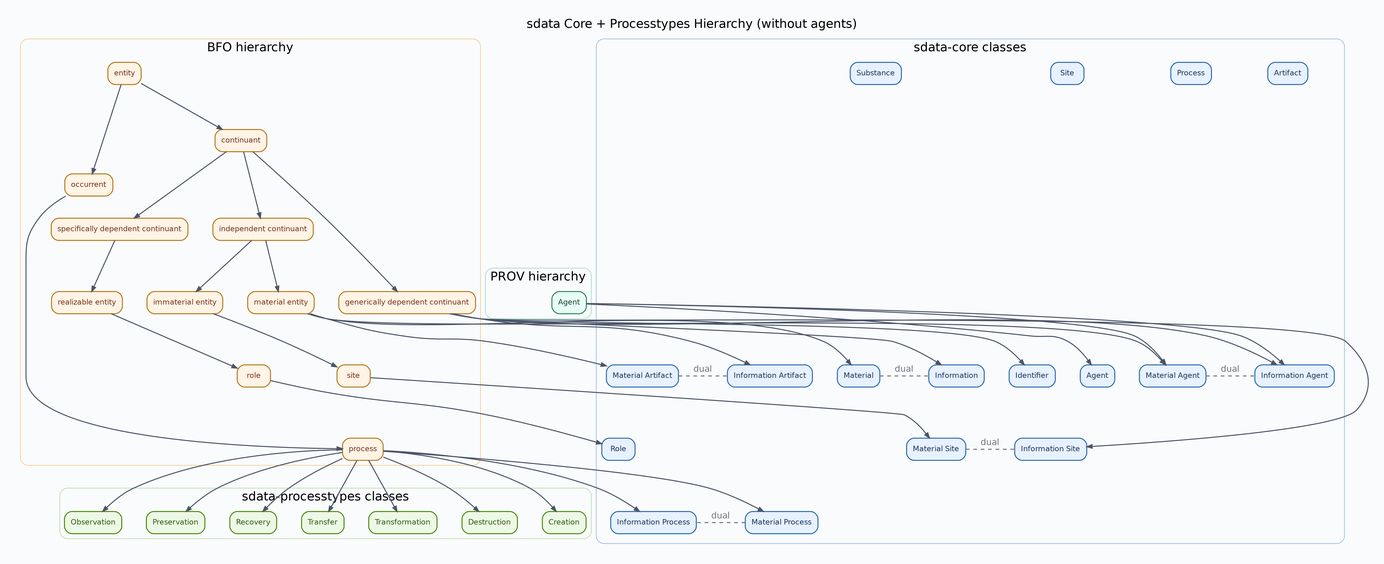
This is docs/diagrams/sdata-core-processtypes-hierarchy.png from lepy/sdata-ontology, a Graphviz export, as it was before one commit. Its source is kept beside it as docs/diagrams/sdata-core-processtypes-hierarchy.dot. Source of this version:
```dot
digraph "" {
	graph [bgcolor="#FAFBFC",
		fontname=Helvetica,
		fontsize=20,
		label="sdata Core + Processtypes Hierarchy (without agents)",
		labeljust=c,
		labelloc=t,
		newrank=true,
		nodesep=0.55,
		overlap=false,
		pad=0.35,
		rankdir=TB,
		ranksep=1.0,
		splines=true
	];
	node [fontname=Helvetica,
		fontsize=12,
		label="\N",
		margin="0.14,0.08",
		penwidth=1.6,
		shape=box,
		style="filled,rounded"
	];
	edge [arrowsize=0.85,
		color="#4A5568",
		fontname=Helvetica,
		penwidth=1.6
	];
	subgraph cluster_core {
		graph [color="#90B5E8",
			label="sdata-core classes",
			style=rounded
		];
		subgraph cluster_core_dual_rank_MaterialArtifact {
			graph [rank=same,
				style=invis
			];
			"https://w3id.org/sdata/core/InformationArtifact"	[color="#2B6CB0",
				fillcolor="#E8F1FF",
				fontcolor="#1A365D",
				label="Information Artifact"];
			"https://w3id.org/sdata/core/MaterialArtifact"	[color="#2B6CB0",
				fillcolor="#E8F1FF",
				fontcolor="#1A365D",
				label="Material Artifact"];
		}
		subgraph cluster_core_dual_rank_Material {
			graph [rank=same,
				style=invis
			];
			"https://w3id.org/sdata/core/Information"	[color="#2B6CB0",
				fillcolor="#E8F1FF",
				fontcolor="#1A365D",
				label=Information];
			"https://w3id.org/sdata/core/Material"	[color="#2B6CB0",
				fillcolor="#E8F1FF",
				fontcolor="#1A365D",
				label=Material];
		}
		subgraph cluster_core_dual_rank_MaterialAgent {
			graph [rank=same,
				style=invis
			];
			"https://w3id.org/sdata/core/InformationAgent"	[color="#2B6CB0",
				fillcolor="#E8F1FF",
				fontcolor="#1A365D",
				label="Information Agent"];
			"https://w3id.org/sdata/core/MaterialAgent"	[color="#2B6CB0",
				fillcolor="#E8F1FF",
				fontcolor="#1A365D",
				label="Material Agent"];
		}
		subgraph cluster_core_dual_rank_MaterialProcess {
			graph [rank=same,
				style=invis
			];
			"https://w3id.org/sdata/core/InformationProcess"	[color="#2B6CB0",
				fillcolor="#E8F1FF",
				fontcolor="#1A365D",
				label="Information Process"];
			"https://w3id.org/sdata/core/MaterialProcess"	[color="#2B6CB0",
				fillcolor="#E8F1FF",
				fontcolor="#1A365D",
				label="Material Process"];
		}
		subgraph cluster_core_dual_rank_MaterialSite {
			graph [rank=same,
				style=invis
			];
			"https://w3id.org/sdata/core/InformationSite"	[color="#2B6CB0",
				fillcolor="#E8F1FF",
				fontcolor="#1A365D",
				label="Information Site"];
			"https://w3id.org/sdata/core/MaterialSite"	[color="#2B6CB0",
				fillcolor="#E8F1FF",
				fontcolor="#1A365D",
				label="Material Site"];
		}
		"https://w3id.org/sdata/core/Agent"	[color="#2B6CB0",
			fillcolor="#E8F1FF",
			fontcolor="#1A365D",
			label=Agent];
		"https://w3id.org/sdata/core/Artifact"	[color="#2B6CB0",
			fillcolor="#E8F1FF",
			fontcolor="#1A365D",
			label=Artifact];
		"https://w3id.org/sdata/core/Identifier"	[color="#2B6CB0",
			fillcolor="#E8F1FF",
			fontcolor="#1A365D",
			label=Identifier];
		"https://w3id.org/sdata/core/Process"	[color="#2B6CB0",
			fillcolor="#E8F1FF",
			fontcolor="#1A365D",
			label=Process];
		"https://w3id.org/sdata/core/Role"	[color="#2B6CB0",
			fillcolor="#E8F1FF",
			fontcolor="#1A365D",
			label=Role];
		"https://w3id.org/sdata/core/Site"	[color="#2B6CB0",
			fillcolor="#E8F1FF",
			fontcolor="#1A365D",
			label=Site];
		"https://w3id.org/sdata/core/Substance"	[color="#2B6CB0",
			fillcolor="#E8F1FF",
			fontcolor="#1A365D",
			label=Substance];
	}
	subgraph cluster_proc {
		graph [color="#B6D7A8",
			label="sdata-processtypes classes",
			style=rounded
		];
		"https://w3id.org/sdata/core/Creation"	[color="#4F8A10",
			fillcolor="#EEF8E7",
			fontcolor="#2F5D08",
			label=Creation];
		"https://w3id.org/sdata/core/Destruction"	[color="#4F8A10",
			fillcolor="#EEF8E7",
			fontcolor="#2F5D08",
			label=Destruction];
		"https://w3id.org/sdata/core/Observation"	[color="#4F8A10",
			fillcolor="#EEF8E7",
			fontcolor="#2F5D08",
			label=Observation];
		"https://w3id.org/sdata/core/Preservation"	[color="#4F8A10",
			fillcolor="#EEF8E7",
			fontcolor="#2F5D08",
			label=Preservation];
		"https://w3id.org/sdata/core/Recovery"	[color="#4F8A10",
			fillcolor="#EEF8E7",
			fontcolor="#2F5D08",
			label=Recovery];
		"https://w3id.org/sdata/core/Transfer"	[color="#4F8A10",
			fillcolor="#EEF8E7",
			fontcolor="#2F5D08",
			label=Transfer];
		"https://w3id.org/sdata/core/Transformation"	[color="#4F8A10",
			fillcolor="#EEF8E7",
			fontcolor="#2F5D08",
			label=Transformation];
	}
	subgraph cluster_bfo {
		graph [color="#F3C887",
			label="BFO hierarchy",
			style=rounded
		];
		"http://purl.obolibrary.org/obo/BFO_0000001"	[color="#B7791F",
			fillcolor="#FFF4E5",
			fontcolor="#7B341E",
			label=entity];
		"http://purl.obolibrary.org/obo/BFO_0000002"	[color="#B7791F",
			fillcolor="#FFF4E5",
			fontcolor="#7B341E",
			label=continuant];
		"http://purl.obolibrary.org/obo/BFO_0000003"	[color="#B7791F",
			fillcolor="#FFF4E5",
			fontcolor="#7B341E",
			label=occurrent];
		"http://purl.obolibrary.org/obo/BFO_0000004"	[color="#B7791F",
			fillcolor="#FFF4E5",
			fontcolor="#7B341E",
			label="independent continuant"];
		"http://purl.obolibrary.org/obo/BFO_0000015"	[color="#B7791F",
			fillcolor="#FFF4E5",
			fontcolor="#7B341E",
			label=process];
		"http://purl.obolibrary.org/obo/BFO_0000017"	[color="#B7791F",
			fillcolor="#FFF4E5",
			fontcolor="#7B341E",
			label="realizable entity"];
		"http://purl.obolibrary.org/obo/BFO_0000020"	[color="#B7791F",
			fillcolor="#FFF4E5",
			fontcolor="#7B341E",
			label="specifically dependent continuant"];
		"http://purl.obolibrary.org/obo/BFO_0000023"	[color="#B7791F",
			fillcolor="#FFF4E5",
			fontcolor="#7B341E",
			label=role];
		"http://purl.obolibrary.org/obo/BFO_0000029"	[color="#B7791F",
			fillcolor="#FFF4E5",
			fontcolor="#7B341E",
			label=site];
		"http://purl.obolibrary.org/obo/BFO_0000031"	[color="#B7791F",
			fillcolor="#FFF4E5",
			fontcolor="#7B341E",
			label="generically dependent continuant"];
		"http://purl.obolibrary.org/obo/BFO_0000040"	[color="#B7791F",
			fillcolor="#FFF4E5",
			fontcolor="#7B341E",
			label="material entity"];
		"http://purl.obolibrary.org/obo/BFO_0000141"	[color="#B7791F",
			fillcolor="#FFF4E5",
			fontcolor="#7B341E",
			label="immaterial entity"];
	}
	subgraph cluster_prov {
		graph [color="#9AD9BF",
			label="PROV hierarchy",
			style=rounded
		];
		"http://www.w3.org/ns/prov#Agent"	[color="#2F855A",
			fillcolor="#E7FFF6",
			fontcolor="#1C4532",
			label=Agent];
	}
	"http://purl.obolibrary.org/obo/BFO_0000001" -> "http://purl.obolibrary.org/obo/BFO_0000002";
	"http://purl.obolibrary.org/obo/BFO_0000001" -> "http://purl.obolibrary.org/obo/BFO_0000003";
	"http://purl.obolibrary.org/obo/BFO_0000002" -> "http://purl.obolibrary.org/obo/BFO_0000004";
	"http://purl.obolibrary.org/obo/BFO_0000002" -> "http://purl.obolibrary.org/obo/BFO_0000020";
	"http://purl.obolibrary.org/obo/BFO_0000002" -> "http://purl.obolibrary.org/obo/BFO_0000031";
	"http://purl.obolibrary.org/obo/BFO_0000003" -> "http://purl.obolibrary.org/obo/BFO_0000015";
	"http://purl.obolibrary.org/obo/BFO_0000004" -> "http://purl.obolibrary.org/obo/BFO_0000040";
	"http://purl.obolibrary.org/obo/BFO_0000004" -> "http://purl.obolibrary.org/obo/BFO_0000141";
	"http://purl.obolibrary.org/obo/BFO_0000015" -> "https://w3id.org/sdata/core/InformationProcess";
	"http://purl.obolibrary.org/obo/BFO_0000015" -> "https://w3id.org/sdata/core/MaterialProcess";
	"http://purl.obolibrary.org/obo/BFO_0000015" -> "https://w3id.org/sdata/core/Creation";
	"http://purl.obolibrary.org/obo/BFO_0000015" -> "https://w3id.org/sdata/core/Destruction";
	"http://purl.obolibrary.org/obo/BFO_0000015" -> "https://w3id.org/sdata/core/Observation";
	"http://purl.obolibrary.org/obo/BFO_0000015" -> "https://w3id.org/sdata/core/Preservation";
	"http://purl.obolibrary.org/obo/BFO_0000015" -> "https://w3id.org/sdata/core/Recovery";
	"http://purl.obolibrary.org/obo/BFO_0000015" -> "https://w3id.org/sdata/core/Transfer";
	"http://purl.obolibrary.org/obo/BFO_0000015" -> "https://w3id.org/sdata/core/Transformation";
	"http://purl.obolibrary.org/obo/BFO_0000017" -> "http://purl.obolibrary.org/obo/BFO_0000023";
	"http://purl.obolibrary.org/obo/BFO_0000020" -> "http://purl.obolibrary.org/obo/BFO_0000017";
	"http://purl.obolibrary.org/obo/BFO_0000023" -> "https://w3id.org/sdata/core/Role";
	"http://purl.obolibrary.org/obo/BFO_0000029" -> "https://w3id.org/sdata/core/MaterialSite";
	"http://purl.obolibrary.org/obo/BFO_0000031" -> "https://w3id.org/sdata/core/Identifier";
	"http://purl.obolibrary.org/obo/BFO_0000031" -> "https://w3id.org/sdata/core/Information";
	"http://purl.obolibrary.org/obo/BFO_0000031" -> "https://w3id.org/sdata/core/InformationAgent";
	"http://purl.obolibrary.org/obo/BFO_0000031" -> "https://w3id.org/sdata/core/InformationArtifact";
	"http://purl.obolibrary.org/obo/BFO_0000031" -> "https://w3id.org/sdata/core/InformationSite";
	"http://purl.obolibrary.org/obo/BFO_0000040" -> "https://w3id.org/sdata/core/Material";
	"http://purl.obolibrary.org/obo/BFO_0000040" -> "https://w3id.org/sdata/core/MaterialAgent";
	"http://purl.obolibrary.org/obo/BFO_0000040" -> "https://w3id.org/sdata/core/MaterialArtifact";
	"http://purl.obolibrary.org/obo/BFO_0000141" -> "http://purl.obolibrary.org/obo/BFO_0000029";
	"https://w3id.org/sdata/core/Agent" -> "https://w3id.org/sdata/core/Creation"	[color="#FFFFFF",
		constraint=true,
		minlen=2,
		style=invis,
		weight=120];
	"https://w3id.org/sdata/core/Material" -> "https://w3id.org/sdata/core/Information"	[color="#6B7280",
		constraint=false,
		dir=none,
		fontcolor="#6B7280",
		label=dual,
		style=dashed];
	"https://w3id.org/sdata/core/MaterialAgent" -> "https://w3id.org/sdata/core/InformationAgent"	[color="#6B7280",
		constraint=false,
		dir=none,
		fontcolor="#6B7280",
		label=dual,
		style=dashed];
	"https://w3id.org/sdata/core/MaterialArtifact" -> "https://w3id.org/sdata/core/InformationArtifact"	[color="#6B7280",
		constraint=false,
		dir=none,
		fontcolor="#6B7280",
		label=dual,
		style=dashed];
	"https://w3id.org/sdata/core/MaterialProcess" -> "https://w3id.org/sdata/core/InformationProcess"	[color="#6B7280",
		constraint=false,
		dir=none,
		fontcolor="#6B7280",
		label=dual,
		style=dashed];
	"https://w3id.org/sdata/core/MaterialSite" -> "https://w3id.org/sdata/core/InformationSite"	[color="#6B7280",
		constraint=false,
		dir=none,
		fontcolor="#6B7280",
		label=dual,
		style=dashed];
	"http://www.w3.org/ns/prov#Agent" -> "https://w3id.org/sdata/core/Agent";
	"http://www.w3.org/ns/prov#Agent" -> "https://w3id.org/sdata/core/InformationAgent";
	"http://www.w3.org/ns/prov#Agent" -> "https://w3id.org/sdata/core/MaterialAgent";
}
```
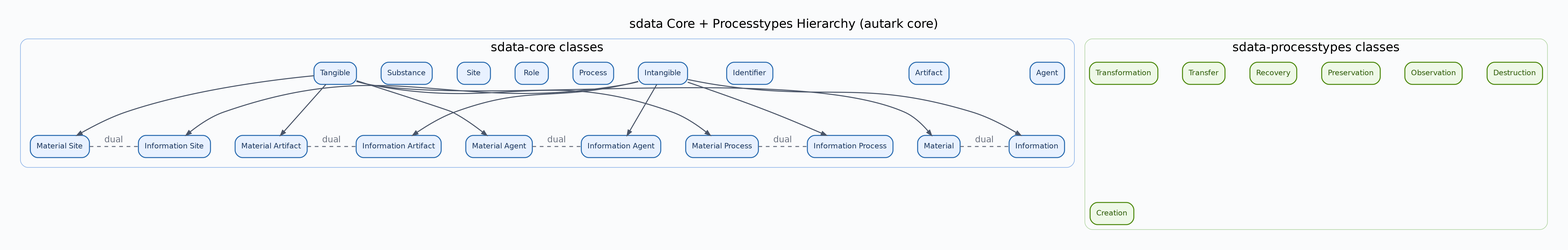
After the change.

What changed in the source:
```diff
@@ -2,7 +2,7 @@
 	graph [bgcolor="#FAFBFC",
 		fontname=Helvetica,
 		fontsize=20,
-		label="sdata Core + Processtypes Hierarchy (without agents)",
+		label="sdata Core + Processtypes Hierarchy (autark core)",
 		labeljust=c,
 		labelloc=t,
 		newrank=true,
@@ -31,6 +31,45 @@
 			label="sdata-core classes",
 			style=rounded
 		];
+		subgraph cluster_core_dual_rank_MaterialSite {
+			graph [rank=same,
+				style=invis
+			];
+			"https://w3id.org/sdata/core/InformationSite"	[color="#2B6CB0",
+				fillcolor="#E8F1FF",
+				fontcolor="#1A365D",
+				label="Information Site"];
+			"https://w3id.org/sdata/core/MaterialSite"	[color="#2B6CB0",
+				fillcolor="#E8F1FF",
+				fontcolor="#1A365D",
+				label="Material Site"];
+		}
+		subgraph cluster_core_dual_rank_MaterialProcess {
+			graph [rank=same,
+				style=invis
+			];
+			"https://w3id.org/sdata/core/InformationProcess"	[color="#2B6CB0",
+				fillcolor="#E8F1FF",
+				fontcolor="#1A365D",
+				label="Information Process"];
+			"https://w3id.org/sdata/core/MaterialProcess"	[color="#2B6CB0",
+				fillcolor="#E8F1FF",
+				fontcolor="#1A365D",
+				label="Material Process"];
+		}
+		subgraph cluster_core_dual_rank_MaterialAgent {
+			graph [rank=same,
+				style=invis
+			];
+			"https://w3id.org/sdata/core/InformationAgent"	[color="#2B6CB0",
+				fillcolor="#E8F1FF",
+				fontcolor="#1A365D",
+				label="Information Agent"];
+			"https://w3id.org/sdata/core/MaterialAgent"	[color="#2B6CB0",
+				fillcolor="#E8F1FF",
+				fontcolor="#1A365D",
+				label="Material Agent"];
+		}
 		subgraph cluster_core_dual_rank_MaterialArtifact {
 			graph [rank=same,
 				style=invis
@@ -57,45 +96,6 @@
 				fontcolor="#1A365D",
 				label=Material];
 		}
-		subgraph cluster_core_dual_rank_MaterialAgent {
-			graph [rank=same,
-				style=invis
-			];
-			"https://w3id.org/sdata/core/InformationAgent"	[color="#2B6CB0",
-				fillcolor="#E8F1FF",
-				fontcolor="#1A365D",
-				label="Information Agent"];
-			"https://w3id.org/sdata/core/MaterialAgent"	[color="#2B6CB0",
-				fillcolor="#E8F1FF",
-				fontcolor="#1A365D",
-				label="Material Agent"];
-		}
-		subgraph cluster_core_dual_rank_MaterialProcess {
-			graph [rank=same,
-				style=invis
-			];
-			"https://w3id.org/sdata/core/InformationProcess"	[color="#2B6CB0",
-				fillcolor="#E8F1FF",
-				fontcolor="#1A365D",
-				label="Information Process"];
-			"https://w3id.org/sdata/core/MaterialProcess"	[color="#2B6CB0",
-				fillcolor="#E8F1FF",
-				fontcolor="#1A365D",
-				label="Material Process"];
-		}
-		subgraph cluster_core_dual_rank_MaterialSite {
-			graph [rank=same,
-				style=invis
-			];
-			"https://w3id.org/sdata/core/InformationSite"	[color="#2B6CB0",
-				fillcolor="#E8F1FF",
-				fontcolor="#1A365D",
-				label="Information Site"];
-			"https://w3id.org/sdata/core/MaterialSite"	[color="#2B6CB0",
-				fillcolor="#E8F1FF",
-				fontcolor="#1A365D",
-				label="Material Site"];
-		}
 		"https://w3id.org/sdata/core/Agent"	[color="#2B6CB0",
 			fillcolor="#E8F1FF",
 			fontcolor="#1A365D",
@@ -108,6 +108,10 @@
 			fillcolor="#E8F1FF",
 			fontcolor="#1A365D",
 			label=Identifier];
+		"https://w3id.org/sdata/core/Intangible"	[color="#2B6CB0",
+			fillcolor="#E8F1FF",
+			fontcolor="#1A365D",
+			label=Intangible];
 		"https://w3id.org/sdata/core/Process"	[color="#2B6CB0",
 			fillcolor="#E8F1FF",
 			fontcolor="#1A365D",
@@ -124,6 +128,10 @@
 			fillcolor="#E8F1FF",
 			fontcolor="#1A365D",
 			label=Substance];
+		"https://w3id.org/sdata/core/Tangible"	[color="#2B6CB0",
+			fillcolor="#E8F1FF",
+			fontcolor="#1A365D",
+			label=Tangible];
 	}
 	subgraph cluster_proc {
 		graph [color="#B6D7A8",
@@ -159,105 +167,16 @@
 			fontcolor="#2F5D08",
 			label=Transformation];
 	}
-	subgraph cluster_bfo {
-		graph [color="#F3C887",
-			label="BFO hierarchy",
-			style=rounded
-		];
-		"http://purl.obolibrary.org/obo/BFO_0000001"	[color="#B7791F",
-			fillcolor="#FFF4E5",
-			fontcolor="#7B341E",
-			label=entity];
-		"http://purl.obolibrary.org/obo/BFO_0000002"	[color="#B7791F",
-			fillcolor="#FFF4E5",
-			fontcolor="#7B341E",
-			label=continuant];
-		"http://purl.obolibrary.org/obo/BFO_0000003"	[color="#B7791F",
-			fillcolor="#FFF4E5",
-			fontcolor="#7B341E",
-			label=occurrent];
-		"http://purl.obolibrary.org/obo/BFO_0000004"	[color="#B7791F",
-			fillcolor="#FFF4E5",
-			fontcolor="#7B341E",
-			label="independent continuant"];
-		"http://purl.obolibrary.org/obo/BFO_0000015"	[color="#B7791F",
-			fillcolor="#FFF4E5",
-			fontcolor="#7B341E",
-			label=process];
-		"http://purl.obolibrary.org/obo/BFO_0000017"	[color="#B7791F",
-			fillcolor="#FFF4E5",
-			fontcolor="#7B341E",
-			label="realizable entity"];
-		"http://purl.obolibrary.org/obo/BFO_0000020"	[color="#B7791F",
-			fillcolor="#FFF4E5",
-			fontcolor="#7B341E",
-			label="specifically dependent continuant"];
-		"http://purl.obolibrary.org/obo/BFO_0000023"	[color="#B7791F",
-			fillcolor="#FFF4E5",
-			fontcolor="#7B341E",
-			label=role];
-		"http://purl.obolibrary.org/obo/BFO_0000029"	[color="#B7791F",
-			fillcolor="#FFF4E5",
-			fontcolor="#7B341E",
-			label=site];
-		"http://purl.obolibrary.org/obo/BFO_0000031"	[color="#B7791F",
-			fillcolor="#FFF4E5",
-			fontcolor="#7B341E",
-			label="generically dependent continuant"];
-		"http://purl.obolibrary.org/obo/BFO_0000040"	[color="#B7791F",
-			fillcolor="#FFF4E5",
-			fontcolor="#7B341E",
-			label="material entity"];
-		"http://purl.obolibrary.org/obo/BFO_0000141"	[color="#B7791F",
-			fillcolor="#FFF4E5",
-			fontcolor="#7B341E",
-			label="immaterial entity"];
-	}
-	subgraph cluster_prov {
-		graph [color="#9AD9BF",
-			label="PROV hierarchy",
-			style=rounded
-		];
-		"http://www.w3.org/ns/prov#Agent"	[color="#2F855A",
-			fillcolor="#E7FFF6",
-			fontcolor="#1C4532",
-			label=Agent];
-	}
-	"http://purl.obolibrary.org/obo/BFO_0000001" -> "http://purl.obolibrary.org/obo/BFO_0000002";
-	"http://purl.obolibrary.org/obo/BFO_0000001" -> "http://purl.obolibrary.org/obo/BFO_0000003";
-	"http://purl.obolibrary.org/obo/BFO_0000002" -> "http://purl.obolibrary.org/obo/BFO_0000004";
-	"http://purl.obolibrary.org/obo/BFO_0000002" -> "http://purl.obolibrary.org/obo/BFO_0000020";
-	"http://purl.obolibrary.org/obo/BFO_0000002" -> "http://purl.obolibrary.org/obo/BFO_0000031";
-	"http://purl.obolibrary.org/obo/BFO_0000003" -> "http://purl.obolibrary.org/obo/BFO_0000015";
-	"http://purl.obolibrary.org/obo/BFO_0000004" -> "http://purl.obolibrary.org/obo/BFO_0000040";
-	"http://purl.obolibrary.org/obo/BFO_0000004" -> "http://purl.obolibrary.org/obo/BFO_0000141";
-	"http://purl.obolibrary.org/obo/BFO_0000015" -> "https://w3id.org/sdata/core/InformationProcess";
-	"http://purl.obolibrary.org/obo/BFO_0000015" -> "https://w3id.org/sdata/core/MaterialProcess";
-	"http://purl.obolibrary.org/obo/BFO_0000015" -> "https://w3id.org/sdata/core/Creation";
-	"http://purl.obolibrary.org/obo/BFO_0000015" -> "https://w3id.org/sdata/core/Destruction";
-	"http://purl.obolibrary.org/obo/BFO_0000015" -> "https://w3id.org/sdata/core/Observation";
-	"http://purl.obolibrary.org/obo/BFO_0000015" -> "https://w3id.org/sdata/core/Preservation";
-	"http://purl.obolibrary.org/obo/BFO_0000015" -> "https://w3id.org/sdata/core/Recovery";
-	"http://purl.obolibrary.org/obo/BFO_0000015" -> "https://w3id.org/sdata/core/Transfer";
-	"http://purl.obolibrary.org/obo/BFO_0000015" -> "https://w3id.org/sdata/core/Transformation";
-	"http://purl.obolibrary.org/obo/BFO_0000017" -> "http://purl.obolibrary.org/obo/BFO_0000023";
-	"http://purl.obolibrary.org/obo/BFO_0000020" -> "http://purl.obolibrary.org/obo/BFO_0000017";
-	"http://purl.obolibrary.org/obo/BFO_0000023" -> "https://w3id.org/sdata/core/Role";
-	"http://purl.obolibrary.org/obo/BFO_0000029" -> "https://w3id.org/sdata/core/MaterialSite";
-	"http://purl.obolibrary.org/obo/BFO_0000031" -> "https://w3id.org/sdata/core/Identifier";
-	"http://purl.obolibrary.org/obo/BFO_0000031" -> "https://w3id.org/sdata/core/Information";
-	"http://purl.obolibrary.org/obo/BFO_0000031" -> "https://w3id.org/sdata/core/InformationAgent";
-	"http://purl.obolibrary.org/obo/BFO_0000031" -> "https://w3id.org/sdata/core/InformationArtifact";
-	"http://purl.obolibrary.org/obo/BFO_0000031" -> "https://w3id.org/sdata/core/InformationSite";
-	"http://purl.obolibrary.org/obo/BFO_0000040" -> "https://w3id.org/sdata/core/Material";
-	"http://purl.obolibrary.org/obo/BFO_0000040" -> "https://w3id.org/sdata/core/MaterialAgent";
-	"http://purl.obolibrary.org/obo/BFO_0000040" -> "https://w3id.org/sdata/core/MaterialArtifact";
-	"http://purl.obolibrary.org/obo/BFO_0000141" -> "http://purl.obolibrary.org/obo/BFO_0000029";
 	"https://w3id.org/sdata/core/Agent" -> "https://w3id.org/sdata/core/Creation"	[color="#FFFFFF",
 		constraint=true,
 		minlen=2,
 		style=invis,
 		weight=120];
+	"https://w3id.org/sdata/core/Intangible" -> "https://w3id.org/sdata/core/Information";
+	"https://w3id.org/sdata/core/Intangible" -> "https://w3id.org/sdata/core/InformationAgent";
+	"https://w3id.org/sdata/core/Intangible" -> "https://w3id.org/sdata/core/InformationArtifact";
+	"https://w3id.org/sdata/core/Intangible" -> "https://w3id.org/sdata/core/InformationProcess";
+	"https://w3id.org/sdata/core/Intangible" -> "https://w3id.org/sdata/core/InformationSite";
 	"https://w3id.org/sdata/core/Material" -> "https://w3id.org/sdata/core/Information"	[color="#6B7280",
 		constraint=false,
 		dir=none,
@@ -288,7 +207,9 @@
 		fontcolor="#6B7280",
 		label=dual,
 		style=dashed];
-	"http://www.w3.org/ns/prov#Agent" -> "https://w3id.org/sdata/core/Agent";
-	"http://www.w3.org/ns/prov#Agent" -> "https://w3id.org/sdata/core/InformationAgent";
-	"http://www.w3.org/ns/prov#Agent" -> "https://w3id.org/sdata/core/MaterialAgent";
+	"https://w3id.org/sdata/core/Tangible" -> "https://w3id.org/sdata/core/Material";
+	"https://w3id.org/sdata/core/Tangible" -> "https://w3id.org/sdata/core/MaterialAgent";
+	"https://w3id.org/sdata/core/Tangible" -> "https://w3id.org/sdata/core/MaterialArtifact";
+	"https://w3id.org/sdata/core/Tangible" -> "https://w3id.org/sdata/core/MaterialProcess";
+	"https://w3id.org/sdata/core/Tangible" -> "https://w3id.org/sdata/core/MaterialSite";
 }
```
